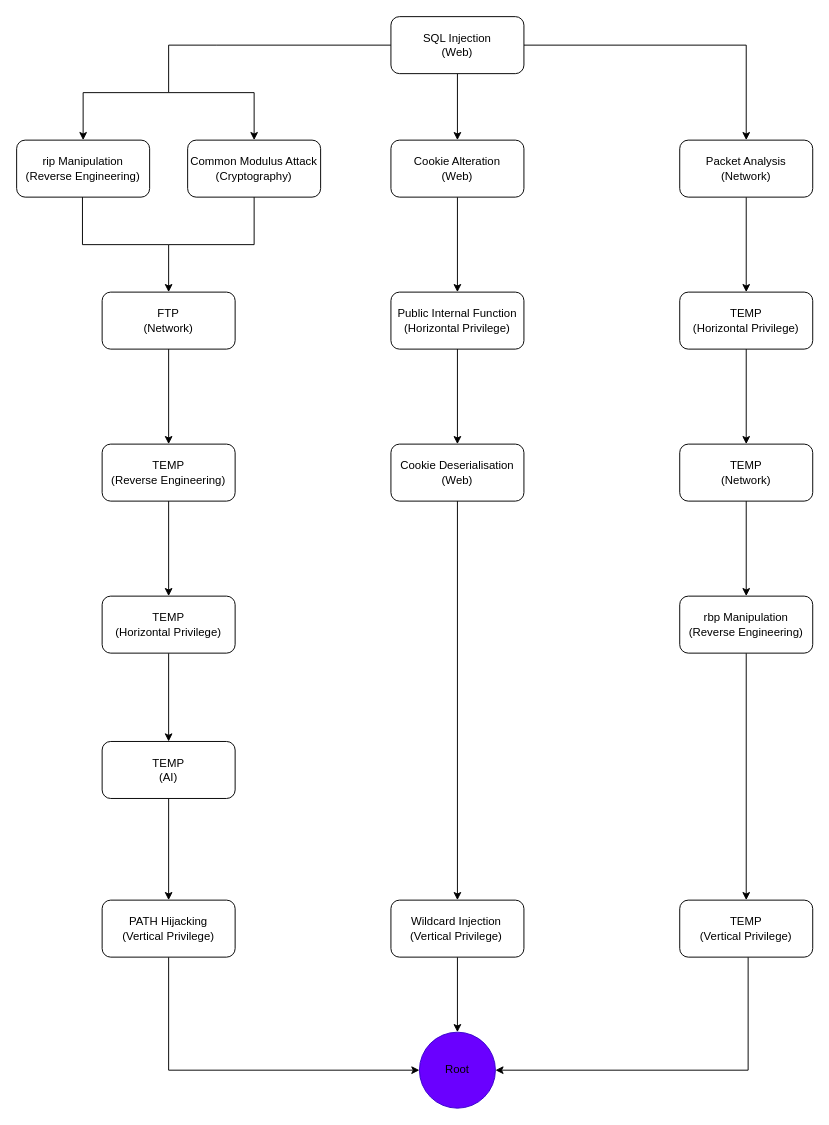
Above: ExploitMap.drawio in saacutter/rta-ctf (draw.io), before the change. Source tidied: cells renumbered, new cells numbered last; positions are measured from the earlier drawing's top-left corner, leaving out a move shared by most shapes. Both pictures are drawn from the tidied source at 95%, with x=0, y=0 at pixel (16, 16).
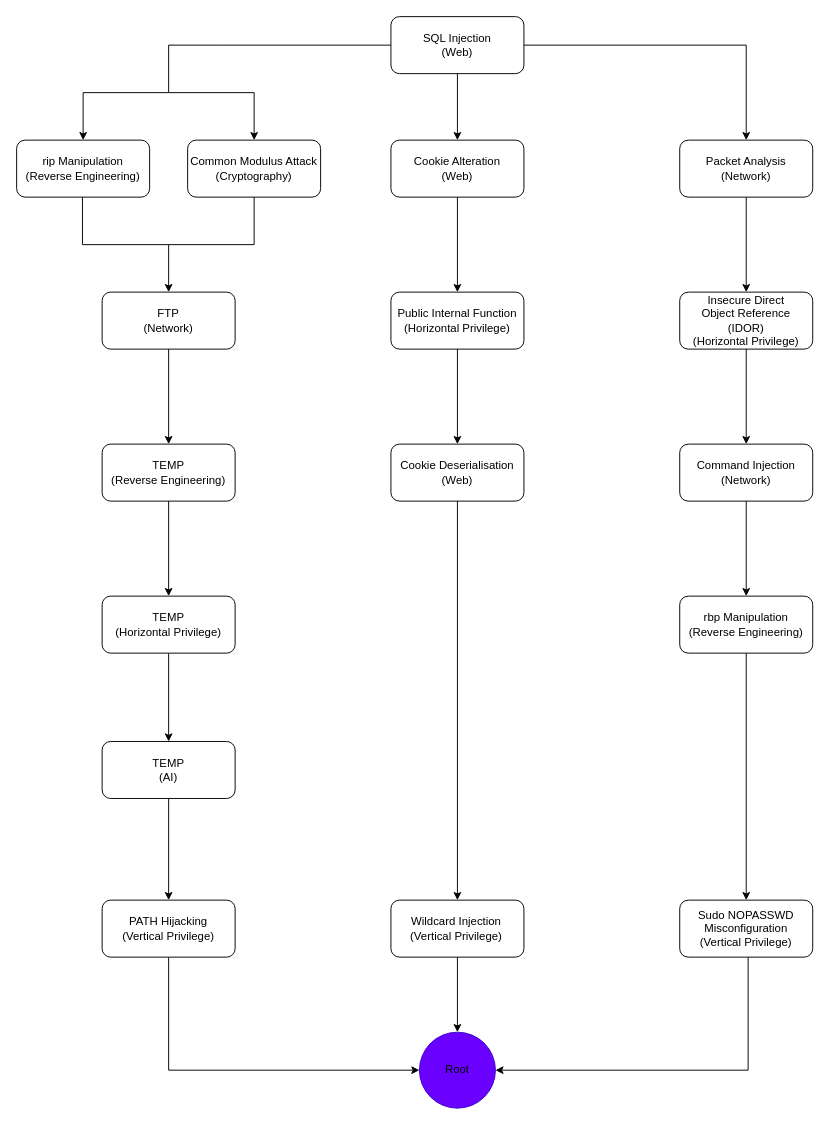
The same page after the edit.

Commit message (it also covers changes not shown here):
Updated exploit map with names for Path 3 vulnerabilities

What changed in the source:
```diff
@@
-    <mxCell id="49" value="TEMP&lt;br&gt;(Vertical Privilege)" style="text;html=1;whiteSpace=wrap;strokeColor=none;fillColor=none;align=center;verticalAlign=middle;rounded=0;" parent="1" vertex="1">
+    <mxCell id="49" value="Sudo NOPASSWD Misconfiguration&lt;br&gt;(Vertical Privilege)" style="text;html=1;whiteSpace=wrap;strokeColor=none;fillColor=none;align=center;verticalAlign=middle;rounded=0;" parent="1" vertex="1">
       <mxGeometry x="713" y="945" width="110" height="30" as="geometry" />
     </mxCell>
@@
-    <mxCell id="56" value="TEMP&lt;br&gt;(Horizontal Privilege)" style="text;html=1;whiteSpace=wrap;strokeColor=none;fillColor=none;align=center;verticalAlign=middle;rounded=0;" parent="1" vertex="1">
+    <mxCell id="56" value="Insecure Direct Object Reference (IDOR)&lt;br&gt;(Horizontal Privilege)" style="text;html=1;whiteSpace=wrap;strokeColor=none;fillColor=none;align=center;verticalAlign=middle;rounded=0;" parent="1" vertex="1">
       <mxGeometry x="708" y="305" width="120" height="30" as="geometry" />
     </mxCell>
-    <mxCell id="57" value="TEMP&lt;br&gt;(Network)" style="text;html=1;whiteSpace=wrap;strokeColor=none;fillColor=none;align=center;verticalAlign=middle;rounded=0;" parent="1" vertex="1">
+    <mxCell id="57" value="Command Injection&lt;br&gt;(Network)" style="text;html=1;whiteSpace=wrap;strokeColor=none;fillColor=none;align=center;verticalAlign=middle;rounded=0;" parent="1" vertex="1">
       <mxGeometry x="708" y="465" width="120" height="30" as="geometry" />
     </mxCell>
```
